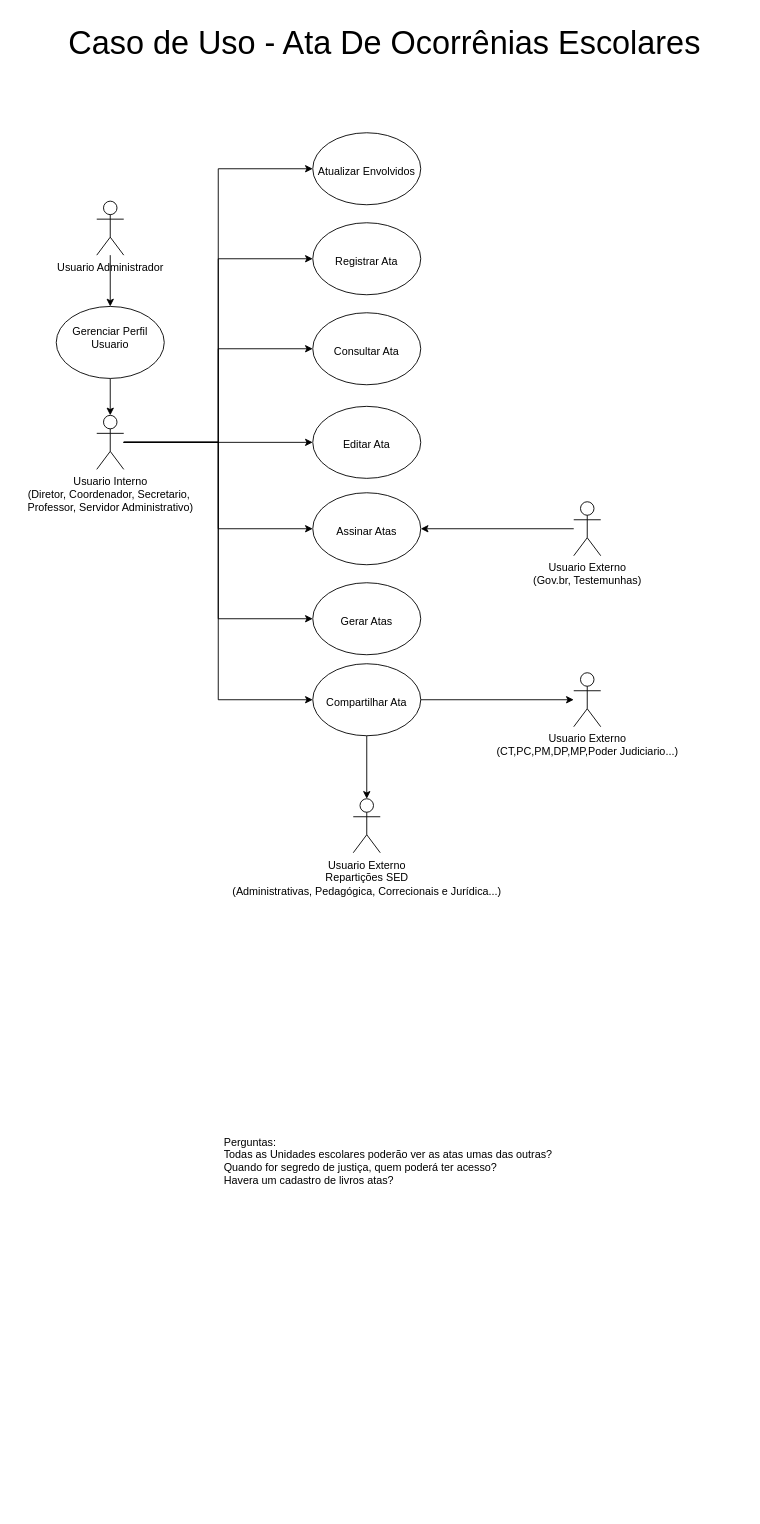
The draw.io diagram Ata.drawio in Regis-Dias/Ata_Digital, before the edit. Source tidied: cells renumbered, new cells numbered last; positions are measured from the earlier drawing's top-left corner, leaving out a move shared by most shapes. Both pictures are drawn from the tidied source at 90%, with x=0, y=0 at pixel (24, 15).
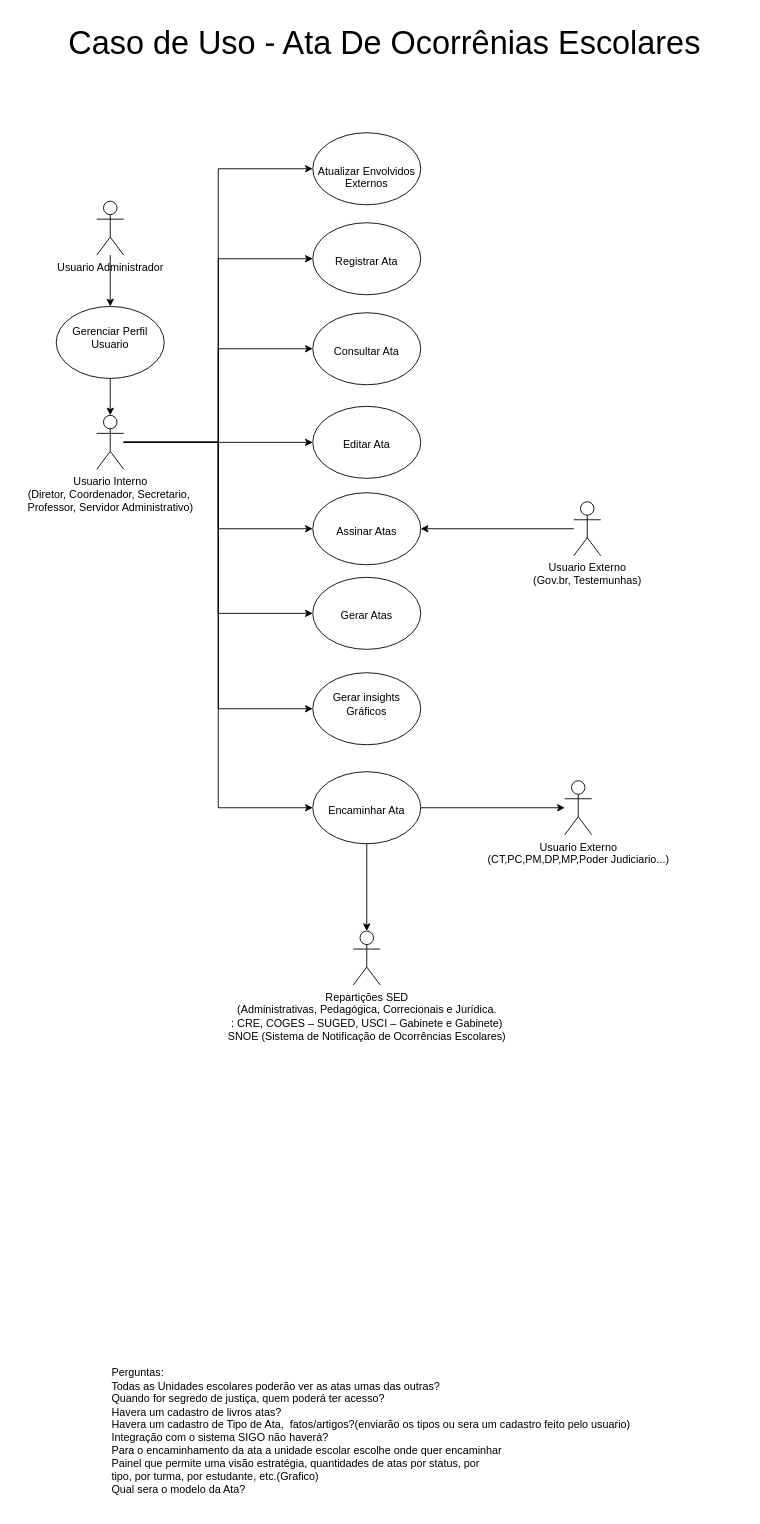
After the change.

Unchanged cells that the change refers to:
```xml
<mxCell id="9" value="Usuario Interno&lt;br&gt;(Diretor, Coordenador, Secretario,&amp;nbsp;&lt;div&gt;Professor, Servidor Administrativo)&lt;/div&gt;" style="shape=umlActor;verticalLabelPosition=bottom;verticalAlign=top;html=1;outlineConnect=0;" parent="1" vertex="1">
  <mxGeometry x="80" y="444" width="30" height="60" as="geometry" />
</mxCell>
```

Diff of the diagram source:
```diff
@@
+    <mxCell id="29" style="edgeStyle=orthogonalEdgeStyle;rounded=0;jettySize=auto;html=1;entryX=0;entryY=0.5;entryDx=0;entryDy=0;fontFamily=Helvetica;fontSize=12;fontColor=default;" parent="1" edge="1" source="9" target="30">
+      <mxGeometry relative="1" as="geometry" />
+    </mxCell>
@@
     <mxCell id="11" value="Usuario Externo&lt;div&gt;(CT,PC,PM,DP,MP,Poder Judiciario...)&lt;/div&gt;" style="shape=umlActor;verticalLabelPosition=bottom;verticalAlign=top;html=1;outlineConnect=0;" parent="1" vertex="1">
-      <mxGeometry x="610" y="730" width="30" height="60" as="geometry" />
+      <mxGeometry x="600" y="850" width="30" height="60" as="geometry" />
     </mxCell>
@@
-    <mxCell id="16" value="&lt;div&gt;&lt;br&gt;&lt;/div&gt;&lt;div&gt;&lt;br&gt;&lt;/div&gt;Compartilhar Ata&lt;div&gt;&lt;/div&gt;&lt;div&gt;&lt;/div&gt;&lt;div&gt;&lt;/div&gt;" style="ellipse;whiteSpace=wrap;html=1;strokeColor=default;align=center;verticalAlign=top;fontFamily=Helvetica;fontSize=12;fontColor=default;fillColor=default;" parent="1" vertex="1">
-      <mxGeometry x="320" y="720" width="120" height="80" as="geometry" />
+    <mxCell id="16" value="&lt;div&gt;&lt;br&gt;&lt;/div&gt;&lt;div&gt;&lt;span style=&quot;background-color: initial;&quot;&gt;&lt;br&gt;&lt;/span&gt;&lt;/div&gt;&lt;div&gt;&lt;span style=&quot;background-color: initial;&quot;&gt;Encaminhar Ata&lt;/span&gt;&lt;br&gt;&lt;/div&gt;&lt;div&gt;&lt;/div&gt;&lt;div&gt;&lt;/div&gt;&lt;div&gt;&lt;/div&gt;" style="ellipse;whiteSpace=wrap;html=1;strokeColor=default;align=center;verticalAlign=top;fontFamily=Helvetica;fontSize=12;fontColor=default;fillColor=default;" parent="1" vertex="1">
+      <mxGeometry x="320" y="840" width="120" height="80" as="geometry" />
     </mxCell>
-    <mxCell id="17" value="&lt;div&gt;&lt;span style=&quot;background-color: initial;&quot;&gt;&lt;br&gt;&lt;/span&gt;&lt;/div&gt;&lt;div&gt;&lt;span style=&quot;background-color: initial;&quot;&gt;&lt;br&gt;&lt;/span&gt;&lt;/div&gt;&lt;div&gt;&lt;span style=&quot;background-color: initial;&quot;&gt;Atualizar Envolvidos&lt;/span&gt;&lt;br&gt;&lt;/div&gt;&lt;div&gt;&lt;/div&gt;" style="ellipse;whiteSpace=wrap;html=1;strokeColor=default;align=center;verticalAlign=top;fontFamily=Helvetica;fontSize=12;fontColor=default;fillColor=default;" parent="1" vertex="1">
+    <mxCell id="17" value="&lt;div&gt;&lt;span style=&quot;background-color: initial;&quot;&gt;&lt;br&gt;&lt;/span&gt;&lt;/div&gt;&lt;div&gt;&lt;span style=&quot;background-color: initial;&quot;&gt;&lt;br&gt;&lt;/span&gt;&lt;/div&gt;&lt;div&gt;&lt;span style=&quot;background-color: initial;&quot;&gt;Atualizar Envolvidos&lt;br&gt;&lt;/span&gt;Externos&lt;/div&gt;&lt;div&gt;&lt;/div&gt;" style="ellipse;whiteSpace=wrap;html=1;strokeColor=default;align=center;verticalAlign=top;fontFamily=Helvetica;fontSize=12;fontColor=default;fillColor=default;" parent="1" vertex="1">
       <mxGeometry x="320" y="130" width="120" height="80" as="geometry" />
     </mxCell>
     <mxCell id="18" value="&lt;div&gt;&lt;br&gt;&lt;/div&gt;&lt;div&gt;&lt;br&gt;&lt;/div&gt;Gerar Atas&lt;div&gt;&lt;/div&gt;" style="ellipse;whiteSpace=wrap;html=1;strokeColor=default;align=center;verticalAlign=top;fontFamily=Helvetica;fontSize=12;fontColor=default;fillColor=default;" parent="1" vertex="1">
-      <mxGeometry x="320" y="630" width="120" height="80" as="geometry" />
+      <mxGeometry x="320" y="624" width="120" height="80" as="geometry" />
     </mxCell>
@@
-    <mxCell id="27" value="&lt;div style=&quot;text-align: left;&quot;&gt;&lt;span style=&quot;background-color: initial;&quot;&gt;Perguntas:&lt;/span&gt;&lt;/div&gt;&lt;div style=&quot;text-align: left;&quot;&gt;&lt;span style=&quot;background-color: initial;&quot;&gt;Todas as Unidades escolares poderão ver as atas umas das outras?&lt;/span&gt;&lt;/div&gt;&lt;div style=&quot;text-align: left;&quot;&gt;&lt;span style=&quot;background-color: initial;&quot;&gt;Quando for segredo de justiça, quem poderá ter acesso?&lt;/span&gt;&lt;/div&gt;&lt;div style=&quot;text-align: left;&quot;&gt;Havera um cadastro de livros atas?&lt;/div&gt;&lt;div&gt;&lt;br&gt;&lt;/div&gt;" style="text;html=1;align=center;verticalAlign=middle;whiteSpace=wrap;rounded=0;fontFamily=Helvetica;fontSize=12;fontColor=default;" parent="1" vertex="1">
-      <mxGeometry x="9" y="1220" width="790" height="120" as="geometry" />
+    <mxCell id="27" value="&lt;div style=&quot;text-align: left;&quot;&gt;&lt;span style=&quot;background-color: initial;&quot;&gt;Perguntas:&lt;/span&gt;&lt;/div&gt;&lt;div style=&quot;text-align: left;&quot;&gt;&lt;span style=&quot;background-color: initial;&quot;&gt;Todas as Unidades escolares poderão ver as atas umas das outras?&lt;/span&gt;&lt;/div&gt;&lt;div style=&quot;text-align: left;&quot;&gt;&lt;span style=&quot;background-color: initial;&quot;&gt;Quando for segredo de justiça, quem poderá ter acesso?&lt;/span&gt;&lt;/div&gt;&lt;div style=&quot;text-align: left;&quot;&gt;Havera um cadastro de livros atas?&lt;/div&gt;&lt;div style=&quot;text-align: left;&quot;&gt;Havera um cadastro de Tipo de Ata,&amp;nbsp; fatos/artigos?(enviarão os tipos ou sera um cadastro feito pelo usuario)&lt;/div&gt;&lt;div style=&quot;text-align: left;&quot;&gt;Integração com o sistema&amp;nbsp;&lt;span style=&quot;text-wrap: nowrap; background-color: initial; text-align: center;&quot;&gt;SIGO não haverá?&lt;/span&gt;&lt;/div&gt;&lt;div style=&quot;text-align: left;&quot;&gt;&lt;span style=&quot;background-color: initial;&quot;&gt;Para o encaminhamento da ata a unidade escolar escolhe onde quer encaminhar&amp;nbsp;&amp;nbsp;&lt;/span&gt;&lt;/div&gt;&lt;div style=&quot;text-align: left;&quot;&gt;Painel que permite uma visão estratégia, quantidades de atas por status, por&lt;br&gt;tipo, por turma, por estudante, etc.(Grafico)&amp;nbsp;&lt;span style=&quot;background-color: initial;&quot;&gt;&lt;br&gt;&lt;/span&gt;&lt;/div&gt;&lt;div style=&quot;text-align: left;&quot;&gt;Qual sera o modelo da Ata?&lt;/div&gt;&lt;div&gt;&lt;br&gt;&lt;/div&gt;" style="text;html=1;align=center;verticalAlign=middle;whiteSpace=wrap;rounded=0;fontFamily=Helvetica;fontSize=12;fontColor=default;" parent="1" vertex="1">
+      <mxGeometry x="-10" y="1520" width="790" height="120" as="geometry" />
     </mxCell>
-    <mxCell id="28" value="Usuario Externo&lt;div&gt;Repartições SED&lt;br&gt;&lt;div&gt;(Administrativas, Pedagógica, Correcionais e Jurídica...)&lt;/div&gt;&lt;/div&gt;" style="shape=umlActor;verticalLabelPosition=bottom;verticalAlign=top;html=1;outlineConnect=0;" parent="1" vertex="1">
-      <mxGeometry x="365" y="870" width="30" height="60" as="geometry" />
+    <mxCell id="28" value="&lt;div&gt;Repartições SED&lt;br&gt;&lt;div&gt;(Administrativas, Pedagógica, Correcionais e Jurídica.&lt;br&gt;: CRE, COGES – SUGED, USCI – Gabinete e Gabinete)&lt;br&gt;&lt;/div&gt;&lt;/div&gt;&lt;div&gt;SNOE (Sistema de Notificação de Ocorrências Escolares)&lt;br&gt;&lt;/div&gt;&lt;div&gt;&lt;br&gt;&lt;/div&gt;" style="shape=umlActor;verticalLabelPosition=bottom;verticalAlign=top;html=1;outlineConnect=0;" parent="1" vertex="1">
+      <mxGeometry x="365" y="1017" width="30" height="60" as="geometry" />
     </mxCell>
+    <mxCell id="30" value="&lt;div&gt;&lt;br&gt;&lt;/div&gt;&lt;div&gt;&lt;span style=&quot;background-color: initial;&quot;&gt;Gerar insights&lt;/span&gt;&lt;br&gt;&lt;/div&gt;Gráficos&lt;div&gt;&lt;/div&gt;&lt;div&gt;&lt;/div&gt;" style="ellipse;whiteSpace=wrap;html=1;strokeColor=default;align=center;verticalAlign=top;fontFamily=Helvetica;fontSize=12;fontColor=default;fillColor=default;" parent="1" vertex="1">
+      <mxGeometry x="320" y="730" width="120" height="80" as="geometry" />
+    </mxCell>
```
